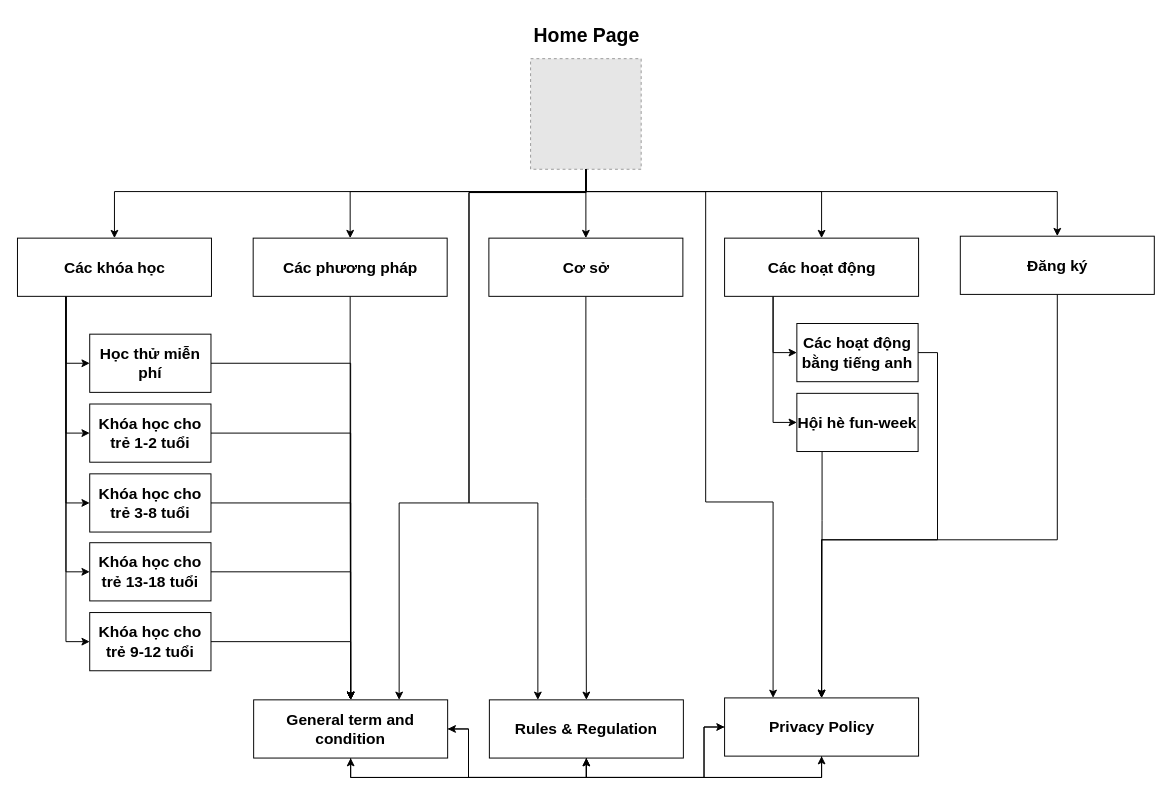
The draw.io diagram IE104.drawio in ippapi/ie104_final_project, before the edit. Source tidied: cells renumbered, new cells numbered last; positions are measured from the earlier drawing's top-left corner, leaving out a move shared by most shapes. Both pictures are drawn from the tidied source at 97%, with x=0, y=0 at pixel (16, 16). Pictures stored in the file or linked from it are replaced by grey dashed boxes.
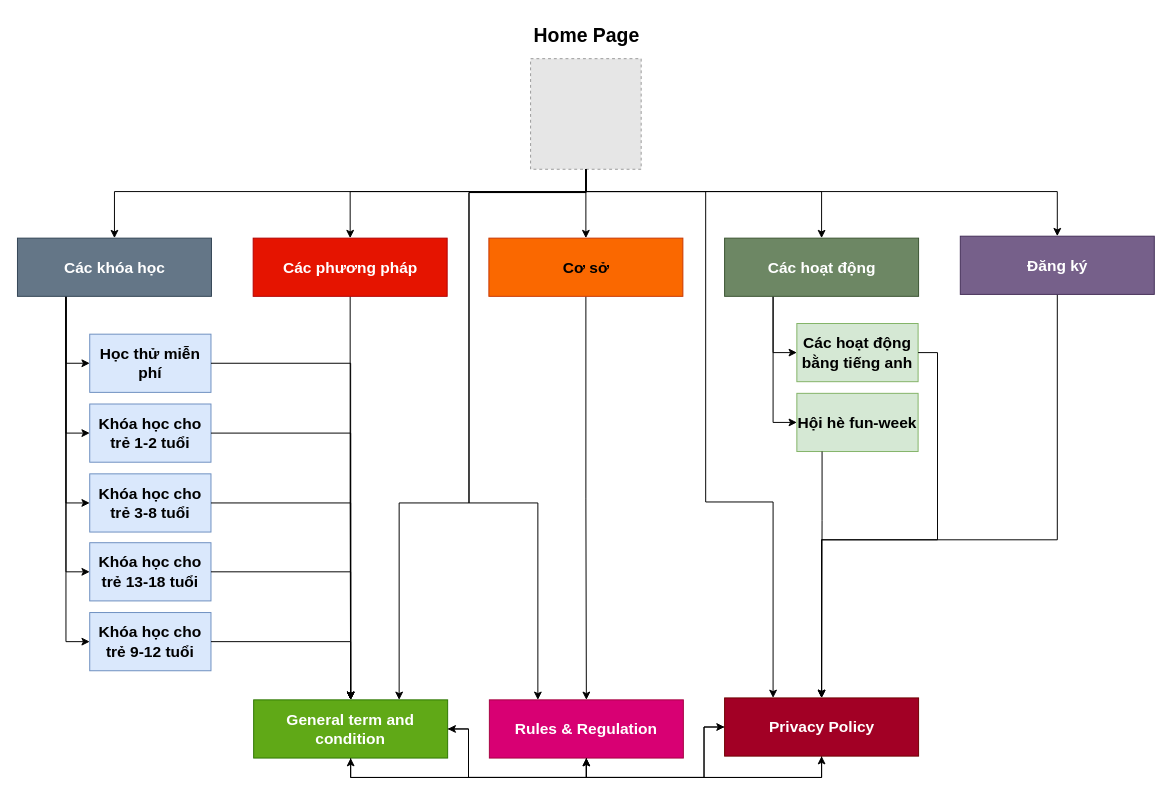
The same page after the edit.

The change refers to these unchanged cells:
```xml
<mxCell id="20" style="group;" parent="1" vertex="1">
  <mxGeometry x="75" y="327" width="125" height="347" as="geometry" />
</mxCell>
<mxCell id="31" style="group;" parent="1" vertex="1">
  <mxGeometry x="804" y="316" width="125" height="132" as="geometry" />
</mxCell>
<mxCell id="34" style="group;" parent="1" vertex="1">
  <mxGeometry x="244" y="702" width="685.5" height="62" as="geometry" />
</mxCell>
<mxCell id="38" style="group;" parent="34" vertex="1">
  <mxGeometry y="2" width="443" height="60" as="geometry" />
</mxCell>
```

What changed in the source:
```diff
@@
-    <mxCell id="10" value="&lt;font style=&quot;font-size: 16px;&quot;&gt;&lt;b&gt;Các khóa học&lt;/b&gt;&lt;/font&gt;" style="rounded=0;whiteSpace=wrap;html=1;" parent="1" vertex="1">
+    <mxCell id="10" value="&lt;font style=&quot;font-size: 16px;&quot;&gt;&lt;b&gt;Các khóa học&lt;/b&gt;&lt;/font&gt;" style="rounded=0;whiteSpace=wrap;html=1;fillColor=#647687;fontColor=#ffffff;strokeColor=#314354;" parent="1" vertex="1">
       <mxGeometry x="0.5" y="228" width="200" height="60" as="geometry" />
     </mxCell>
@@
-    <mxCell id="12" value="&lt;font style=&quot;font-size: 16px;&quot;&gt;&lt;b&gt;Các phương pháp&lt;/b&gt;&lt;/font&gt;" style="rounded=0;whiteSpace=wrap;html=1;" parent="1" vertex="1">
+    <mxCell id="12" value="&lt;font style=&quot;font-size: 16px;&quot;&gt;&lt;b&gt;Các phương pháp&lt;/b&gt;&lt;/font&gt;" style="rounded=0;whiteSpace=wrap;html=1;fillColor=#e51400;fontColor=#ffffff;strokeColor=#B20000;" parent="1" vertex="1">
       <mxGeometry x="243.5" y="228" width="200" height="60" as="geometry" />
     </mxCell>
@@
-    <mxCell id="14" value="&lt;font style=&quot;font-size: 16px;&quot;&gt;&lt;b&gt;Cơ sở&lt;/b&gt;&lt;/font&gt;" style="rounded=0;whiteSpace=wrap;html=1;" parent="1" vertex="1">
+    <mxCell id="14" value="&lt;font style=&quot;font-size: 16px;&quot;&gt;&lt;b&gt;Cơ sở&lt;/b&gt;&lt;/font&gt;" style="rounded=0;whiteSpace=wrap;html=1;fillColor=#fa6800;fontColor=#000000;strokeColor=#C73500;" parent="1" vertex="1">
       <mxGeometry x="486.5" y="228" width="200" height="60" as="geometry" />
     </mxCell>
@@
-    <mxCell id="17" value="&lt;font style=&quot;font-size: 16px;&quot;&gt;&lt;b&gt;Các hoạt động&lt;/b&gt;&lt;/font&gt;" style="rounded=0;whiteSpace=wrap;html=1;" parent="1" vertex="1">
+    <mxCell id="17" value="&lt;font style=&quot;font-size: 16px;&quot;&gt;&lt;b&gt;Các hoạt động&lt;/b&gt;&lt;/font&gt;" style="rounded=0;whiteSpace=wrap;html=1;fillColor=#6d8764;strokeColor=#3A5431;fontColor=#ffffff;" parent="1" vertex="1">
       <mxGeometry x="729.5" y="228" width="200" height="60" as="geometry" />
     </mxCell>
@@
-    <mxCell id="19" value="&lt;span style=&quot;font-size: 16px;&quot;&gt;&lt;b&gt;Đăng ký&lt;/b&gt;&lt;/span&gt;" style="rounded=0;whiteSpace=wrap;html=1;" parent="1" vertex="1">
+    <mxCell id="19" value="&lt;span style=&quot;font-size: 16px;&quot;&gt;&lt;b&gt;Đăng ký&lt;/b&gt;&lt;/span&gt;" style="rounded=0;whiteSpace=wrap;html=1;fillColor=#76608a;fontColor=#ffffff;strokeColor=#432D57;" parent="1" vertex="1">
       <mxGeometry x="972.5" y="226" width="200" height="60" as="geometry" />
     </mxCell>
@@
-    <mxCell id="21" value="&lt;span style=&quot;font-size: 16px;&quot;&gt;&lt;b&gt;Học thử miễn phí&lt;/b&gt;&lt;/span&gt;" style="rounded=0;whiteSpace=wrap;html=1;" parent="20" vertex="1">
+    <mxCell id="21" value="&lt;span style=&quot;font-size: 16px;&quot;&gt;&lt;b&gt;Học thử miễn phí&lt;/b&gt;&lt;/span&gt;" style="rounded=0;whiteSpace=wrap;html=1;fillColor=#dae8fc;strokeColor=#6c8ebf;" parent="20" vertex="1">
       <mxGeometry width="125" height="60" as="geometry" />
     </mxCell>
-    <mxCell id="22" value="&lt;span style=&quot;font-size: 16px;&quot;&gt;&lt;b&gt;Khóa học cho trẻ 1-2 tuổi&lt;/b&gt;&lt;/span&gt;" style="rounded=0;whiteSpace=wrap;html=1;" parent="20" vertex="1">
+    <mxCell id="22" value="&lt;span style=&quot;font-size: 16px;&quot;&gt;&lt;b&gt;Khóa học cho trẻ 1-2 tuổi&lt;/b&gt;&lt;/span&gt;" style="rounded=0;whiteSpace=wrap;html=1;fillColor=#dae8fc;strokeColor=#6c8ebf;" parent="20" vertex="1">
       <mxGeometry y="72" width="125" height="60" as="geometry" />
     </mxCell>
-    <mxCell id="23" value="&lt;span style=&quot;font-size: 16px;&quot;&gt;&lt;b&gt;Khóa học cho trẻ 3-8 tuổi&lt;/b&gt;&lt;/span&gt;" style="rounded=0;whiteSpace=wrap;html=1;" parent="20" vertex="1">
+    <mxCell id="23" value="&lt;span style=&quot;font-size: 16px;&quot;&gt;&lt;b&gt;Khóa học cho trẻ 3-8 tuổi&lt;/b&gt;&lt;/span&gt;" style="rounded=0;whiteSpace=wrap;html=1;fillColor=#dae8fc;strokeColor=#6c8ebf;" parent="20" vertex="1">
       <mxGeometry y="144" width="125" height="60" as="geometry" />
     </mxCell>
-    <mxCell id="24" value="&lt;span style=&quot;font-size: 16px;&quot;&gt;&lt;b&gt;Khóa học cho trẻ 9-12 tuổi&lt;/b&gt;&lt;/span&gt;" style="rounded=0;whiteSpace=wrap;html=1;" parent="20" vertex="1">
+    <mxCell id="24" value="&lt;span style=&quot;font-size: 16px;&quot;&gt;&lt;b&gt;Khóa học cho trẻ 9-12 tuổi&lt;/b&gt;&lt;/span&gt;" style="rounded=0;whiteSpace=wrap;html=1;fillColor=#dae8fc;strokeColor=#6c8ebf;" parent="20" vertex="1">
       <mxGeometry y="287" width="125" height="60" as="geometry" />
     </mxCell>
-    <mxCell id="25" value="&lt;span style=&quot;font-size: 16px;&quot;&gt;&lt;b&gt;Khóa học cho trẻ 13-18 tuổi&lt;/b&gt;&lt;/span&gt;" style="rounded=0;whiteSpace=wrap;html=1;" parent="20" vertex="1">
+    <mxCell id="25" value="&lt;span style=&quot;font-size: 16px;&quot;&gt;&lt;b&gt;Khóa học cho trẻ 13-18 tuổi&lt;/b&gt;&lt;/span&gt;" style="rounded=0;whiteSpace=wrap;html=1;fillColor=#dae8fc;strokeColor=#6c8ebf;" parent="20" vertex="1">
       <mxGeometry y="215" width="125" height="60" as="geometry" />
     </mxCell>
@@
-    <mxCell id="32" value="&lt;span style=&quot;font-size: 16px;&quot;&gt;&lt;b&gt;Các hoạt động bằng tiếng anh&lt;/b&gt;&lt;/span&gt;" style="rounded=0;whiteSpace=wrap;html=1;" parent="31" vertex="1">
+    <mxCell id="32" value="&lt;span style=&quot;font-size: 16px;&quot;&gt;&lt;b&gt;Các hoạt động bằng tiếng anh&lt;/b&gt;&lt;/span&gt;" style="rounded=0;whiteSpace=wrap;html=1;fillColor=#d5e8d4;strokeColor=#82b366;" parent="31" vertex="1">
       <mxGeometry width="125" height="60" as="geometry" />
     </mxCell>
-    <mxCell id="33" value="&lt;span style=&quot;font-size: 16px;&quot;&gt;&lt;b&gt;Hội hè fun-week&lt;/b&gt;&lt;/span&gt;" style="rounded=0;whiteSpace=wrap;html=1;" parent="31" vertex="1">
+    <mxCell id="33" value="&lt;span style=&quot;font-size: 16px;&quot;&gt;&lt;b&gt;Hội hè fun-week&lt;/b&gt;&lt;/span&gt;" style="rounded=0;whiteSpace=wrap;html=1;fillColor=#d5e8d4;strokeColor=#82b366;" parent="31" vertex="1">
       <mxGeometry y="72" width="125" height="60" as="geometry" />
     </mxCell>
@@
-    <mxCell id="37" value="&lt;span style=&quot;font-size: 16px;&quot;&gt;&lt;b&gt;Privacy Policy&lt;/b&gt;&lt;/span&gt;" style="rounded=0;whiteSpace=wrap;html=1;" parent="34" vertex="1">
+    <mxCell id="37" value="&lt;span style=&quot;font-size: 16px;&quot;&gt;&lt;b&gt;Privacy Policy&lt;/b&gt;&lt;/span&gt;" style="rounded=0;whiteSpace=wrap;html=1;fillColor=#a20025;fontColor=#ffffff;strokeColor=#6F0000;" parent="34" vertex="1">
       <mxGeometry x="485.5" width="200" height="60" as="geometry" />
     </mxCell>
@@
-    <mxCell id="40" value="&lt;span style=&quot;font-size: 16px;&quot;&gt;&lt;b&gt;General term and condition&lt;/b&gt;&lt;/span&gt;" style="rounded=0;whiteSpace=wrap;html=1;" parent="38" vertex="1">
+    <mxCell id="40" value="&lt;span style=&quot;font-size: 16px;&quot;&gt;&lt;b&gt;General term and condition&lt;/b&gt;&lt;/span&gt;" style="rounded=0;whiteSpace=wrap;html=1;fillColor=#60a917;fontColor=#ffffff;strokeColor=#2D7600;" parent="38" vertex="1">
       <mxGeometry width="200" height="60" as="geometry" />
     </mxCell>
@@
-    <mxCell id="42" value="&lt;span style=&quot;font-size: 16px;&quot;&gt;&lt;b&gt;Rules &amp;amp; Regulation&lt;/b&gt;&lt;/span&gt;" style="rounded=0;whiteSpace=wrap;html=1;" parent="38" vertex="1">
+    <mxCell id="42" value="&lt;span style=&quot;font-size: 16px;&quot;&gt;&lt;b&gt;Rules &amp;amp; Regulation&lt;/b&gt;&lt;/span&gt;" style="rounded=0;whiteSpace=wrap;html=1;fillColor=#d80073;fontColor=#ffffff;strokeColor=#A50040;" parent="38" vertex="1">
       <mxGeometry x="243" width="200" height="60" as="geometry" />
     </mxCell>
```
